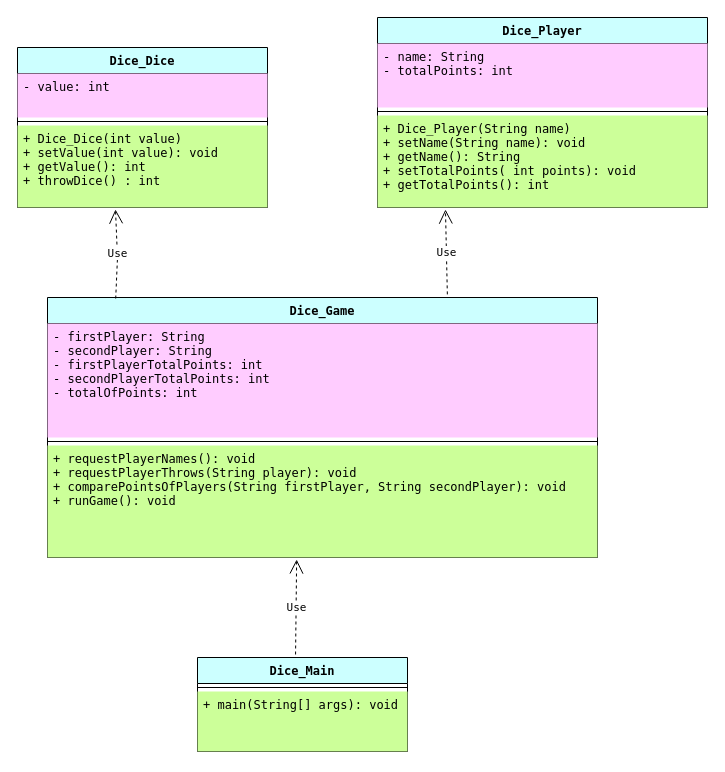
Above: Untitled Diagram.drawio in Ratzcodes/Jensen-Assignment4-Week45 (draw.io), before the change. Source tidied: cells renumbered, new cells numbered last; positions are measured from the earlier drawing's top-left corner, leaving out a move shared by most shapes. Both pictures are drawn from the tidied source at 100%, with x=0, y=0 at pixel (17, 17).
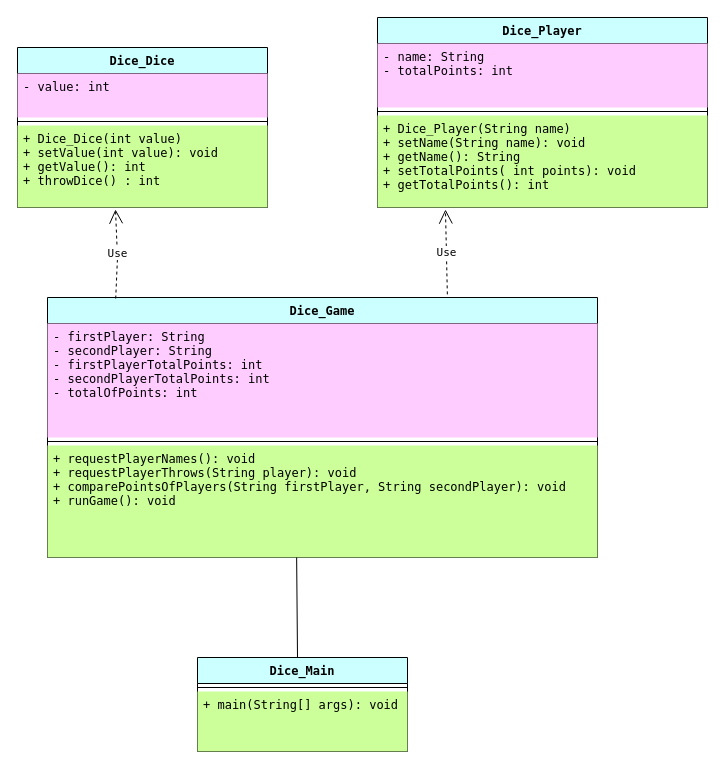
The same page after the edit.

The change refers to these unchanged cells:
```xml
<mxCell id="9" value="+ requestPlayerNames(): void&#10;+ requestPlayerThrows(String player): void&#10;+ comparePointsOfPlayers(String firstPlayer, String secondPlayer): void&#10;+ runGame(): void" style="text;strokeColor=none;fillColor=#CCFF99;align=left;verticalAlign=top;spacingLeft=4;spacingRight=4;overflow=hidden;points=[[0,0.5],[1,0.5]];portConstraint=eastwest;fontFamily=Lucida Console;" parent="6" vertex="1">
  <mxGeometry y="148" width="550" height="112" as="geometry" />
</mxCell>
<mxCell id="10" value="Dice_Main" style="swimlane;fontStyle=1;align=center;verticalAlign=top;horizontal=1;startSize=26;fontFamily=Lucida Console;fillColor=#CCFFFF;" parent="1" vertex="1">
  <mxGeometry x="180" y="640" width="210" height="94" as="geometry" />
</mxCell>
```

The edit, as a diff of the source:
```diff
@@
-    <mxCell id="15" value="Use" style="endArrow=open;endSize=12;dashed=1;html=1;rounded=0;fontFamily=Lucida Console;exitX=0.467;exitY=-0.032;exitDx=0;exitDy=0;exitPerimeter=0;entryX=0.453;entryY=1.018;entryDx=0;entryDy=0;entryPerimeter=0;" parent="1" edge="1" source="10" target="9">
-      <mxGeometry relative="1" as="geometry" />
-    </mxCell>
@@
+    <mxCell id="20" style="endArrow=none;html=1;rounded=0;entryX=0.453;entryY=1;entryDx=0;entryDy=0;entryPerimeter=0;" parent="1" edge="1" target="9">
+      <mxGeometry relative="1" as="geometry">
+        <mxPoint x="280" y="640" as="sourcePoint" />
+      </mxGeometry>
+    </mxCell>
```
